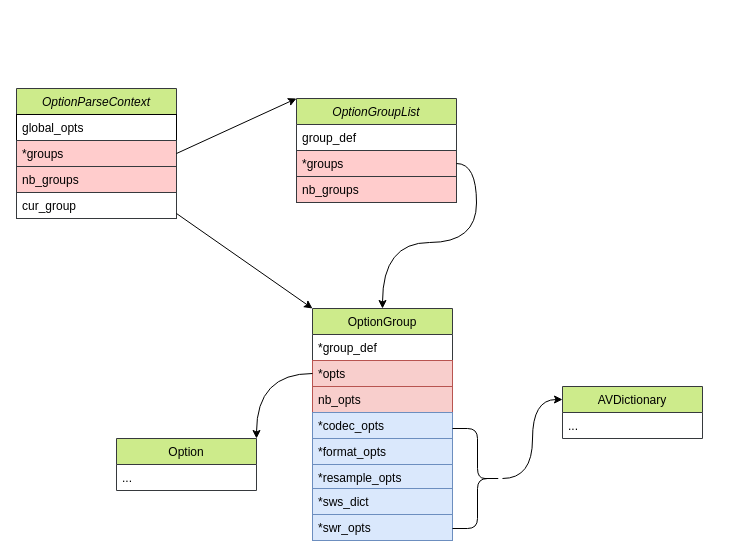
Earlier version of the draw.io diagram ffmpeg.drawio (qiaoshouxing/draw.io). Source tidied: cells renumbered, new cells numbered last; positions are measured from the earlier drawing's top-left corner, leaving out a move shared by most shapes. Both pictures are drawn from the tidied source at 100%, with x=0, y=0 at pixel (16, 88).
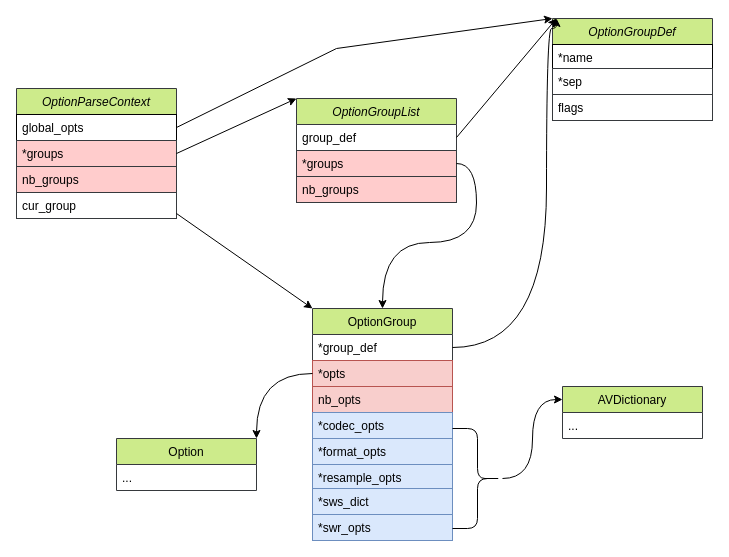
Above is the later version.

Unchanged cells that the change refers to:
```xml
<mxCell id="3" value="global_opts" style="text;align=left;verticalAlign=top;spacingLeft=4;spacingRight=4;overflow=hidden;points=[[0,0.5],[1,0.5]];portConstraint=eastwest;strokeColor=#000000;" parent="2" vertex="1">
  <mxGeometry y="26" width="160" height="26" as="geometry" />
</mxCell>
<mxCell id="8" value="group_def" style="text;align=left;verticalAlign=top;spacingLeft=4;spacingRight=4;overflow=hidden;points=[[0,0.5],[1,0.5]];portConstraint=eastwest;" parent="7" vertex="1">
  <mxGeometry y="26" width="160" height="26" as="geometry" />
</mxCell>
<mxCell id="13" value="*group_def" style="text;strokeColor=none;fillColor=none;align=left;verticalAlign=top;spacingLeft=4;spacingRight=4;overflow=hidden;points=[[0,0.5],[1,0.5]];portConstraint=eastwest;" parent="12" vertex="1">
  <mxGeometry y="26" width="140" height="26" as="geometry" />
</mxCell>
```

Change to the diagram source:
```diff
@@
+    <mxCell id="30" value="OptionGroupDef" style="swimlane;fontStyle=2;align=center;verticalAlign=top;horizontal=1;startSize=26;rounded=0;shadow=0;strokeWidth=1;fillColor=#cdeb8b;strokeColor=#36393d;" parent="1" vertex="1">
+      <mxGeometry x="536" y="-70" width="160" height="102" as="geometry" />
+    </mxCell>
+    <mxCell id="31" value="*name" style="text;align=left;verticalAlign=top;spacingLeft=4;spacingRight=4;overflow=hidden;strokeColor=#000000;" parent="30" vertex="1">
+      <mxGeometry y="26" width="160" height="24" as="geometry" />
+    </mxCell>
+    <mxCell id="32" value="*sep" style="text;align=left;verticalAlign=top;spacingLeft=4;spacingRight=4;overflow=hidden;rounded=0;shadow=0;html=0;strokeColor=#36393d;" parent="30" vertex="1">
+      <mxGeometry y="50" width="160" height="26" as="geometry" />
+    </mxCell>
+    <mxCell id="33" value="flags" style="text;align=left;verticalAlign=top;spacingLeft=4;spacingRight=4;overflow=hidden;rounded=0;shadow=0;html=0;strokeColor=#36393d;" parent="30" vertex="1">
+      <mxGeometry y="76" width="160" height="26" as="geometry" />
+    </mxCell>
+    <mxCell id="34" style="edgeStyle=none;rounded=0;jettySize=auto;html=1;entryX=0;entryY=0;entryDx=0;entryDy=0;exitX=1;exitY=0.5;exitDx=0;exitDy=0;" parent="1" edge="1" source="3" target="30">
+      <mxGeometry relative="1" as="geometry">
+        <Array as="points">
+          <mxPoint x="320" y="-40" />
+        </Array>
+      </mxGeometry>
+    </mxCell>
+    <mxCell id="35" style="edgeStyle=none;rounded=0;jettySize=auto;html=1;exitX=1;exitY=0.5;exitDx=0;exitDy=0;" parent="1" edge="1" source="8">
+      <mxGeometry relative="1" as="geometry">
+        <mxPoint x="540" y="-70" as="targetPoint" />
+      </mxGeometry>
+    </mxCell>
+    <mxCell id="36" style="edgeStyle=orthogonalEdgeStyle;rounded=0;jettySize=auto;html=1;exitX=1;exitY=0.5;exitDx=0;exitDy=0;curved=1;" parent="1" edge="1" source="13">
+      <mxGeometry relative="1" as="geometry">
+        <mxPoint x="540" y="-70" as="targetPoint" />
+        <Array as="points">
+          <mxPoint x="530" y="259" />
+          <mxPoint x="530" y="-60" />
+          <mxPoint x="540" y="-60" />
+        </Array>
+      </mxGeometry>
+    </mxCell>
```
